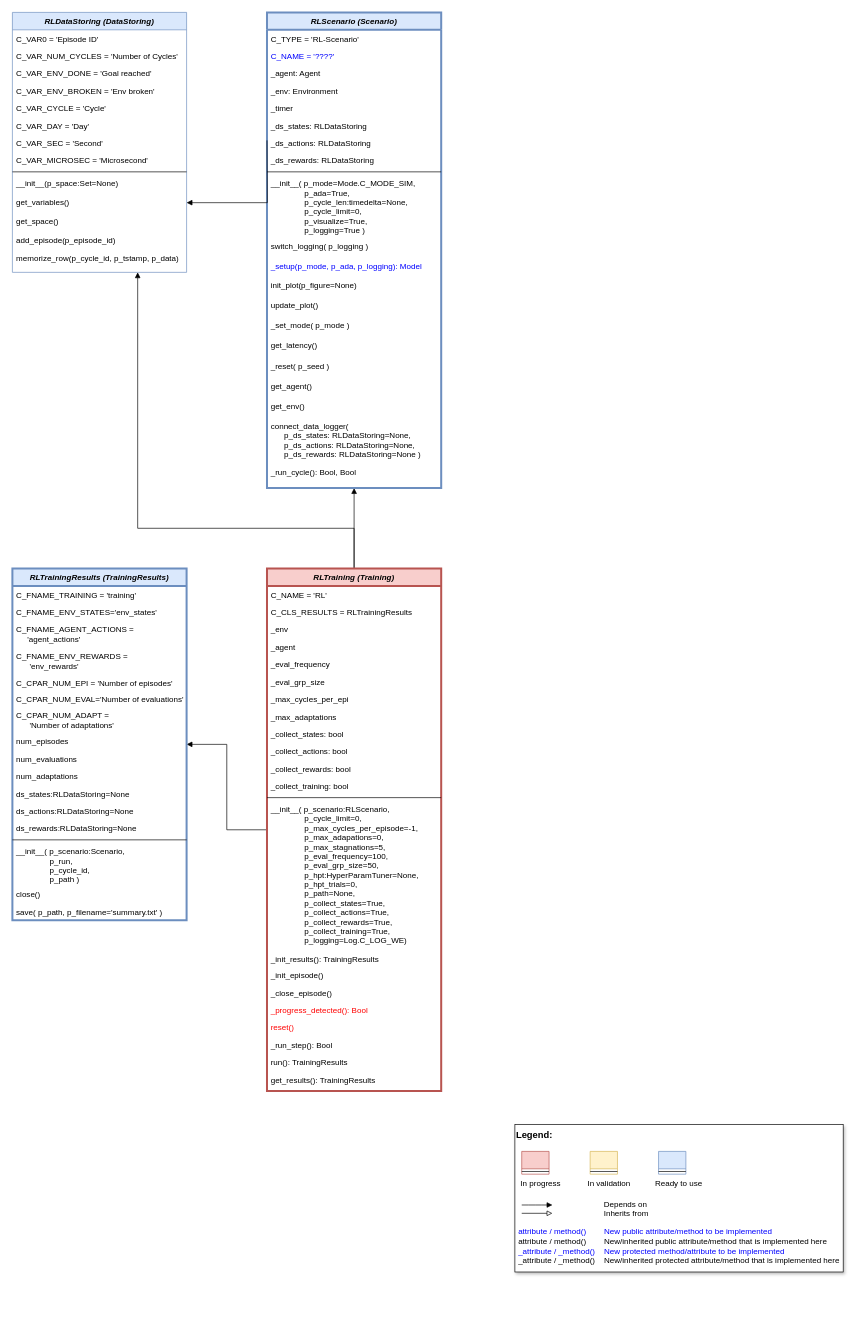
The draw.io diagram doc/rtd/content/append2/core/images/rl/04_run_and_train/MLPro-RL-Train class diagram.drawio in fhswf/MLPro, before the edit. Source tidied: cells renumbered, new cells numbered last; positions are measured from the earlier drawing's top-left corner, leaving out a move shared by most shapes. Both pictures are drawn from the tidied source at 67%, with x=0, y=0 at pixel (12, 12).
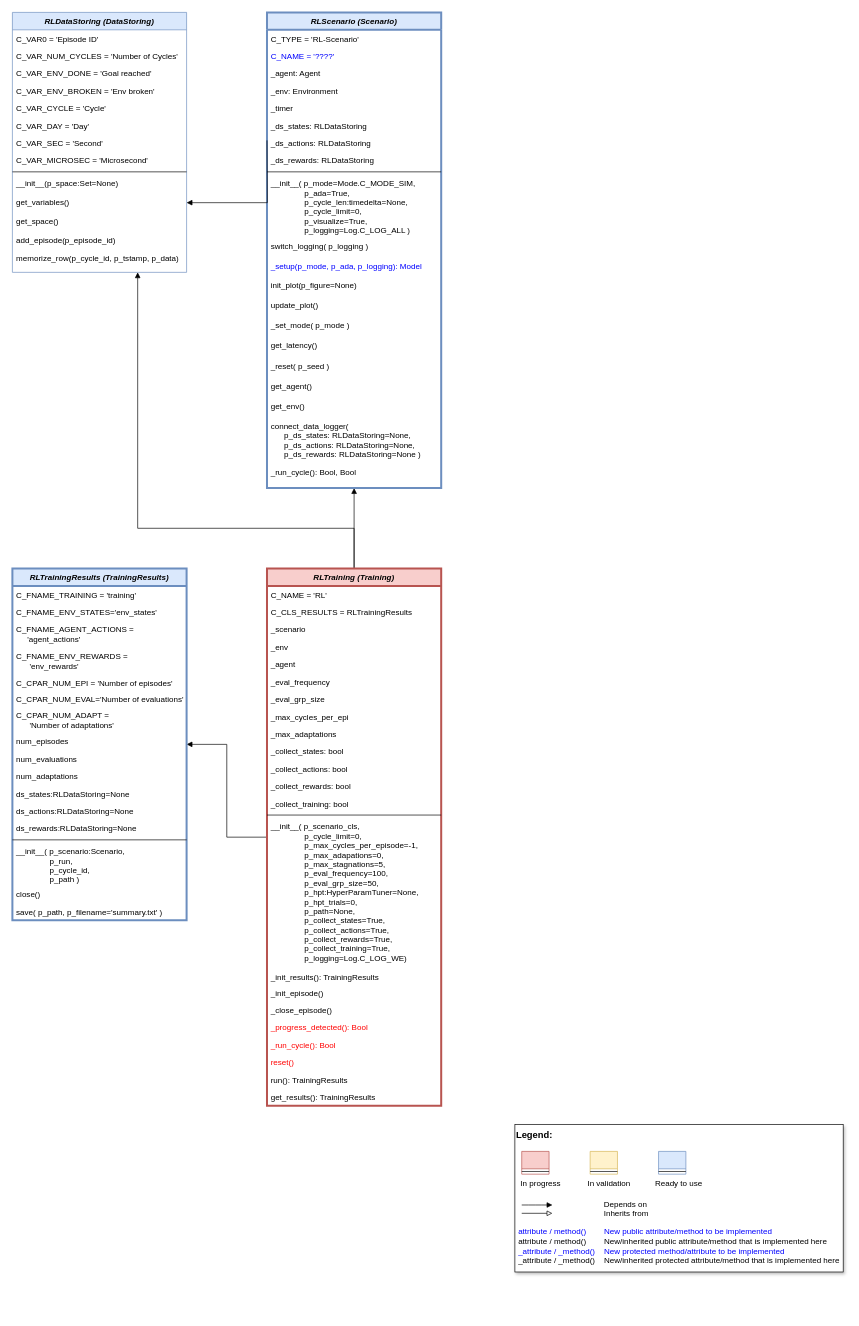
Above is the later version.

Commit message (it also covers changes not shown here):
Changes on Scenario and Training classes (ML/RL)

The change refers to these unchanged cells:
```xml
<mxCell id="28" value="RLScenario (Scenario)" style="swimlane;fontStyle=3;align=center;verticalAlign=top;horizontal=1;startSize=26;rounded=0;shadow=0;strokeWidth=3;fillColor=#dae8fc;strokeColor=#6c8ebf;" parent="1" vertex="1">
  <mxGeometry x="380" width="260" height="710" as="geometry" />
</mxCell>
```

Change to the diagram source:
```diff
@@
     <mxCell id="5" value="RLTraining (Training)" style="swimlane;fontStyle=3;align=center;verticalAlign=top;horizontal=1;startSize=26;rounded=0;shadow=0;strokeWidth=3;fillColor=#f8cecc;strokeColor=#b85450;" parent="1" vertex="1">
-      <mxGeometry x="380" y="830" width="260" height="780" as="geometry" />
+      <mxGeometry x="380" y="830" width="260" height="802" as="geometry" />
     </mxCell>
@@
+    <mxCell id="94" value="_scenario" style="text;align=left;verticalAlign=top;spacingLeft=4;spacingRight=4;overflow=hidden;" parent="5" vertex="1">
+      <mxGeometry y="78" width="260" height="26" as="geometry" />
+    </mxCell>
     <mxCell id="8" value="_env" style="text;align=left;verticalAlign=top;spacingLeft=4;spacingRight=4;overflow=hidden;" parent="5" vertex="1">
-      <mxGeometry y="78" width="260" height="26" as="geometry" />
+      <mxGeometry y="104" width="260" height="26" as="geometry" />
     </mxCell>
     <mxCell id="9" value="_agent" style="text;align=left;verticalAlign=top;spacingLeft=4;spacingRight=4;overflow=hidden;" parent="5" vertex="1">
-      <mxGeometry y="104" width="260" height="26" as="geometry" />
+      <mxGeometry y="130" width="260" height="26" as="geometry" />
     </mxCell>
     <mxCell id="10" value="_eval_frequency" style="text;align=left;verticalAlign=top;spacingLeft=4;spacingRight=4;overflow=hidden;" parent="5" vertex="1">
-      <mxGeometry y="130" width="260" height="26" as="geometry" />
+      <mxGeometry y="156" width="260" height="26" as="geometry" />
     </mxCell>
     <mxCell id="11" value="_eval_grp_size" style="text;align=left;verticalAlign=top;spacingLeft=4;spacingRight=4;overflow=hidden;" parent="5" vertex="1">
-      <mxGeometry y="156" width="260" height="26" as="geometry" />
+      <mxGeometry y="182" width="260" height="26" as="geometry" />
     </mxCell>
     <mxCell id="12" value="_max_cycles_per_epi" style="text;align=left;verticalAlign=top;spacingLeft=4;spacingRight=4;overflow=hidden;" parent="5" vertex="1">
-      <mxGeometry y="182" width="260" height="26" as="geometry" />
+      <mxGeometry y="208" width="260" height="26" as="geometry" />
     </mxCell>
     <mxCell id="13" value="_max_adaptations" style="text;align=left;verticalAlign=top;spacingLeft=4;spacingRight=4;overflow=hidden;" parent="5" vertex="1">
-      <mxGeometry y="208" width="260" height="26" as="geometry" />
+      <mxGeometry y="234" width="260" height="26" as="geometry" />
     </mxCell>
     <mxCell id="14" value="_collect_states: bool" style="text;align=left;verticalAlign=top;spacingLeft=4;spacingRight=4;overflow=hidden;" parent="5" vertex="1">
-      <mxGeometry y="234" width="260" height="26" as="geometry" />
+      <mxGeometry y="260" width="260" height="26" as="geometry" />
     </mxCell>
     <mxCell id="15" value="_collect_actions: bool" style="text;align=left;verticalAlign=top;spacingLeft=4;spacingRight=4;overflow=hidden;" parent="5" vertex="1">
-      <mxGeometry y="260" width="260" height="26" as="geometry" />
+      <mxGeometry y="286" width="260" height="26" as="geometry" />
     </mxCell>
     <mxCell id="16" value="_collect_rewards: bool" style="text;align=left;verticalAlign=top;spacingLeft=4;spacingRight=4;overflow=hidden;" parent="5" vertex="1">
-      <mxGeometry y="286" width="260" height="26" as="geometry" />
+      <mxGeometry y="312" width="260" height="26" as="geometry" />
     </mxCell>
     <mxCell id="17" value="_collect_training: bool" style="text;align=left;verticalAlign=top;spacingLeft=4;spacingRight=4;overflow=hidden;" parent="5" vertex="1">
-      <mxGeometry y="312" width="260" height="26" as="geometry" />
+      <mxGeometry y="338" width="260" height="26" as="geometry" />
     </mxCell>
     <mxCell id="18" style="line;html=1;strokeWidth=1;align=left;verticalAlign=middle;spacingTop=-1;spacingLeft=3;spacingRight=3;labelPosition=right;" parent="5" vertex="1">
-      <mxGeometry y="338" width="260" height="8" as="geometry" />
+      <mxGeometry y="364" width="260" height="8" as="geometry" />
     </mxCell>
-    <mxCell id="19" value="__init__( p_scenario:RLScenario, &#10;               p_cycle_limit=0,&#10;               p_max_cycles_per_episode=-1, &#10;               p_max_adapations=0,&#10;               p_max_stagnations=5,&#10;               p_eval_frequency=100,&#10;               p_eval_grp_size=50,&#10;               p_hpt:HyperParamTuner=None,&#10;               p_hpt_trials=0,&#10;               p_path=None,&#10;               p_collect_states=True,&#10;               p_collect_actions=True,&#10;               p_collect_rewards=True,&#10;               p_collect_training=True,&#10;               p_logging=Log.C_LOG_WE)" style="text;align=left;verticalAlign=top;spacingLeft=4;spacingRight=4;overflow=hidden;" parent="5" vertex="1">
-      <mxGeometry y="346" width="260" height="224" as="geometry" />
+    <mxCell id="19" value="__init__( p_scenario_cls, &#10;               p_cycle_limit=0,&#10;               p_max_cycles_per_episode=-1, &#10;               p_max_adapations=0,&#10;               p_max_stagnations=5,&#10;               p_eval_frequency=100,&#10;               p_eval_grp_size=50,&#10;               p_hpt:HyperParamTuner=None,&#10;               p_hpt_trials=0,&#10;               p_path=None,&#10;               p_collect_states=True,&#10;               p_collect_actions=True,&#10;               p_collect_rewards=True,&#10;               p_collect_training=True,&#10;               p_logging=Log.C_LOG_WE)" style="text;align=left;verticalAlign=top;spacingLeft=4;spacingRight=4;overflow=hidden;" parent="5" vertex="1">
+      <mxGeometry y="372" width="260" height="224" as="geometry" />
     </mxCell>
     <mxCell id="20" value="_init_results(): TrainingResults" style="text;align=left;verticalAlign=top;spacingLeft=4;spacingRight=4;overflow=hidden;" parent="5" vertex="1">
-      <mxGeometry y="570" width="260" height="24" as="geometry" />
+      <mxGeometry y="596" width="260" height="24" as="geometry" />
     </mxCell>
     <mxCell id="21" value="_init_episode()" style="text;align=left;verticalAlign=top;spacingLeft=4;spacingRight=4;overflow=hidden;" parent="5" vertex="1">
-      <mxGeometry y="594" width="260" height="26" as="geometry" />
+      <mxGeometry y="620" width="260" height="26" as="geometry" />
     </mxCell>
     <mxCell id="22" value="_close_episode()" style="text;align=left;verticalAlign=top;spacingLeft=4;spacingRight=4;overflow=hidden;" parent="5" vertex="1">
-      <mxGeometry y="620" width="260" height="26" as="geometry" />
+      <mxGeometry y="646" width="260" height="26" as="geometry" />
     </mxCell>
     <mxCell id="23" value="_progress_detected(): Bool" style="text;align=left;verticalAlign=top;spacingLeft=4;spacingRight=4;overflow=hidden;fontColor=#FF0000;" parent="5" vertex="1">
-      <mxGeometry y="646" width="260" height="26" as="geometry" />
+      <mxGeometry y="672" width="260" height="26" as="geometry" />
     </mxCell>
+    <mxCell id="25" value="_run_cycle(): Bool" style="text;align=left;verticalAlign=top;spacingLeft=4;spacingRight=4;overflow=hidden;fontColor=#FF0000;" parent="5" vertex="1">
+      <mxGeometry y="698" width="260" height="26" as="geometry" />
+    </mxCell>
     <mxCell id="24" value="reset()" style="text;align=left;verticalAlign=top;spacingLeft=4;spacingRight=4;overflow=hidden;fontColor=#FF0000;" parent="5" vertex="1">
-      <mxGeometry y="672" width="260" height="26" as="geometry" />
+      <mxGeometry y="724" width="260" height="26" as="geometry" />
     </mxCell>
-    <mxCell id="25" value="_run_step(): Bool" style="text;align=left;verticalAlign=top;spacingLeft=4;spacingRight=4;overflow=hidden;" parent="5" vertex="1">
-      <mxGeometry y="698" width="260" height="26" as="geometry" />
-    </mxCell>
     <mxCell id="26" value="run(): TrainingResults" style="text;align=left;verticalAlign=top;spacingLeft=4;spacingRight=4;overflow=hidden;" parent="5" vertex="1">
-      <mxGeometry y="724" width="260" height="26" as="geometry" />
+      <mxGeometry y="750" width="260" height="26" as="geometry" />
     </mxCell>
     <mxCell id="27" value="get_results(): TrainingResults" style="text;align=left;verticalAlign=top;spacingLeft=4;spacingRight=4;overflow=hidden;" parent="5" vertex="1">
-      <mxGeometry y="750" width="260" height="26" as="geometry" />
+      <mxGeometry y="776" width="260" height="26" as="geometry" />
     </mxCell>
@@
-    <mxCell id="38" value="__init__( p_mode=Mode.C_MODE_SIM,&#10;               p_ada=True, &#10;               p_cycle_len:timedelta=None,&#10;               p_cycle_limit=0,&#10;               p_visualize=True,&#10;               p_logging=True )" style="text;align=left;verticalAlign=top;spacingLeft=4;spacingRight=4;overflow=hidden;" parent="28" vertex="1">
+    <mxCell id="38" value="__init__( p_mode=Mode.C_MODE_SIM,&#10;               p_ada=True, &#10;               p_cycle_len:timedelta=None,&#10;               p_cycle_limit=0,&#10;               p_visualize=True,&#10;               p_logging=Log.C_LOG_ALL )" style="text;align=left;verticalAlign=top;spacingLeft=4;spacingRight=4;overflow=hidden;" parent="28" vertex="1">
       <mxGeometry y="242" width="260" height="94" as="geometry" />
     </mxCell>
```
